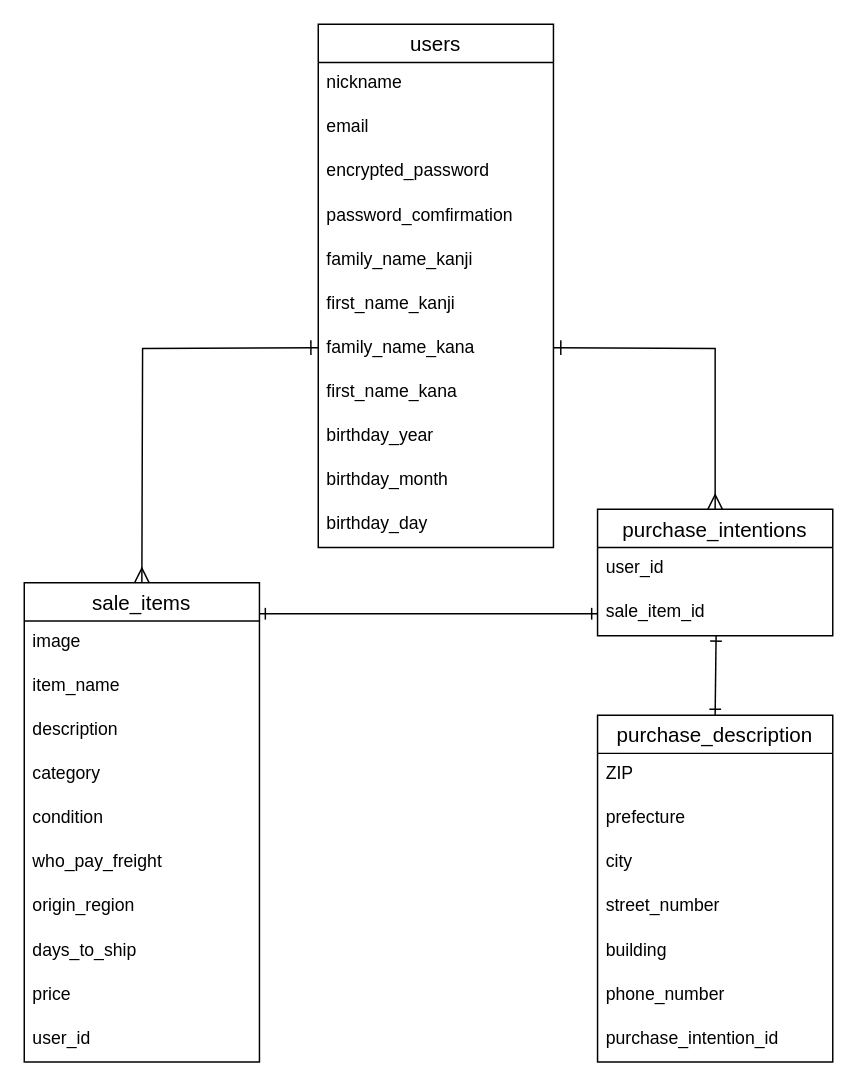
Earlier version of the draw.io diagram furimaER.dio (AkasakA8527/furima-40146). Source tidied: cells renumbered, new cells numbered last; positions are measured from the earlier drawing's top-left corner, leaving out a move shared by most shapes. Both pictures are drawn from the tidied source at 147%, with x=0, y=0 at pixel (24, 24).
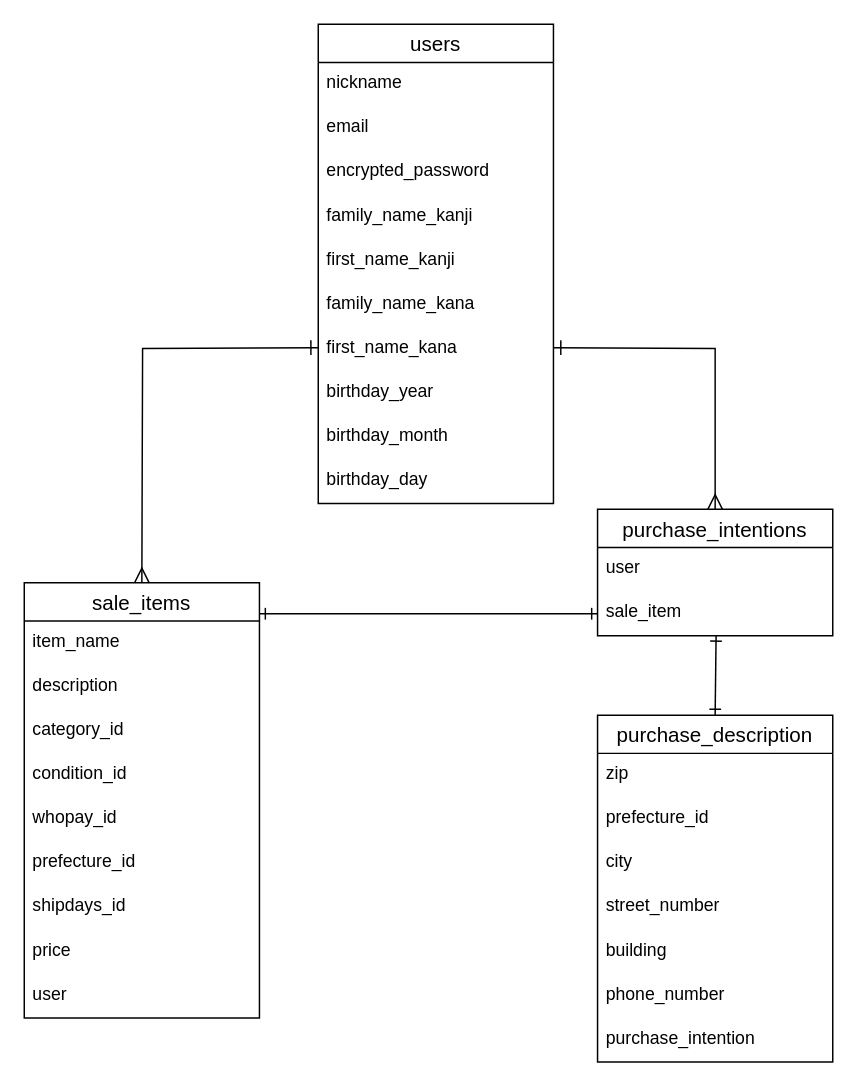
Above is the later version.

The change refers to these unchanged cells:
```xml
<mxCell id="25" value="purchase_description" style="swimlane;fontStyle=0;horizontal=1;startSize=26;align=center;fontSize=14;" parent="1" vertex="1">
  <mxGeometry x="390" y="470" width="160" height="236" as="geometry" />
</mxCell>
<mxCell id="33" value="purchase_intentions" style="swimlane;fontStyle=0;horizontal=1;startSize=26;align=center;fontSize=14;" parent="1" vertex="1">
  <mxGeometry x="390" y="330" width="160" height="86" as="geometry" />
</mxCell>
```

Diff of the diagram source:
```diff
@@
     <mxCell id="2" value="users" style="swimlane;fontStyle=0;horizontal=1;startSize=26;align=center;fontSize=14;" parent="1" vertex="1">
-      <mxGeometry x="200" width="160" height="356" as="geometry" />
+      <mxGeometry x="200" width="160" height="326" as="geometry" />
     </mxCell>
@@
-    <mxCell id="6" value="password_comfirmation" style="text;strokeColor=none;fillColor=none;spacingLeft=4;spacingRight=4;overflow=hidden;fontSize=12;" parent="2" vertex="1">
-      <mxGeometry y="116" width="160" height="30" as="geometry" />
-    </mxCell>
     <mxCell id="7" value="family_name_kanji" style="text;strokeColor=none;fillColor=none;spacingLeft=4;spacingRight=4;overflow=hidden;fontSize=12;" parent="2" vertex="1">
-      <mxGeometry y="146" width="160" height="30" as="geometry" />
+      <mxGeometry y="116" width="160" height="30" as="geometry" />
     </mxCell>
     <mxCell id="8" value="first_name_kanji" style="text;strokeColor=none;fillColor=none;spacingLeft=4;spacingRight=4;overflow=hidden;fontSize=12;" parent="2" vertex="1">
-      <mxGeometry y="176" width="160" height="30" as="geometry" />
+      <mxGeometry y="146" width="160" height="30" as="geometry" />
     </mxCell>
     <mxCell id="9" value="family_name_kana" style="text;strokeColor=none;fillColor=none;spacingLeft=4;spacingRight=4;overflow=hidden;fontSize=12;" parent="2" vertex="1">
-      <mxGeometry y="206" width="160" height="30" as="geometry" />
+      <mxGeometry y="176" width="160" height="30" as="geometry" />
     </mxCell>
     <mxCell id="10" value="first_name_kana" style="text;strokeColor=none;fillColor=none;spacingLeft=4;spacingRight=4;overflow=hidden;fontSize=12;" parent="2" vertex="1">
-      <mxGeometry y="236" width="160" height="30" as="geometry" />
+      <mxGeometry y="206" width="160" height="30" as="geometry" />
     </mxCell>
     <mxCell id="11" value="birthday_year" style="text;strokeColor=none;fillColor=none;spacingLeft=4;spacingRight=4;overflow=hidden;fontSize=12;" parent="2" vertex="1">
-      <mxGeometry y="266" width="160" height="30" as="geometry" />
+      <mxGeometry y="236" width="160" height="30" as="geometry" />
     </mxCell>
     <mxCell id="12" value="birthday_month" style="text;strokeColor=none;fillColor=none;spacingLeft=4;spacingRight=4;overflow=hidden;fontSize=12;" parent="2" vertex="1">
-      <mxGeometry y="296" width="160" height="30" as="geometry" />
+      <mxGeometry y="266" width="160" height="30" as="geometry" />
     </mxCell>
     <mxCell id="13" value="birthday_day" style="text;strokeColor=none;fillColor=none;spacingLeft=4;spacingRight=4;overflow=hidden;fontSize=12;" parent="2" vertex="1">
-      <mxGeometry y="326" width="160" height="30" as="geometry" />
+      <mxGeometry y="296" width="160" height="30" as="geometry" />
     </mxCell>
     <mxCell id="14" value="sale_items" style="swimlane;fontStyle=0;horizontal=1;startSize=26;align=center;fontSize=14;" parent="1" vertex="1">
-      <mxGeometry y="380" width="160" height="326" as="geometry" />
+      <mxGeometry y="380" width="160" height="296" as="geometry" />
     </mxCell>
-    <mxCell id="15" value="image" style="text;strokeColor=none;fillColor=none;spacingLeft=4;spacingRight=4;overflow=hidden;fontSize=12;" parent="14" vertex="1">
-      <mxGeometry y="26" width="160" height="30" as="geometry" />
-    </mxCell>
     <mxCell id="16" value="item_name" style="text;strokeColor=none;fillColor=none;spacingLeft=4;spacingRight=4;overflow=hidden;fontSize=12;" parent="14" vertex="1">
-      <mxGeometry y="56" width="160" height="30" as="geometry" />
+      <mxGeometry y="26" width="160" height="30" as="geometry" />
     </mxCell>
     <mxCell id="17" value="description" style="text;strokeColor=none;fillColor=none;spacingLeft=4;spacingRight=4;overflow=hidden;fontSize=12;" parent="14" vertex="1">
-      <mxGeometry y="86" width="160" height="30" as="geometry" />
+      <mxGeometry y="56" width="160" height="30" as="geometry" />
     </mxCell>
-    <mxCell id="18" value="category" style="text;strokeColor=none;fillColor=none;spacingLeft=4;spacingRight=4;overflow=hidden;fontSize=12;" parent="14" vertex="1">
-      <mxGeometry y="116" width="160" height="30" as="geometry" />
+    <mxCell id="18" value="category_id" style="text;strokeColor=none;fillColor=none;spacingLeft=4;spacingRight=4;overflow=hidden;fontSize=12;" parent="14" vertex="1">
+      <mxGeometry y="86" width="160" height="30" as="geometry" />
     </mxCell>
-    <mxCell id="19" value="condition" style="text;strokeColor=none;fillColor=none;spacingLeft=4;spacingRight=4;overflow=hidden;fontSize=12;" parent="14" vertex="1">
-      <mxGeometry y="146" width="160" height="30" as="geometry" />
+    <mxCell id="19" value="condition_id" style="text;strokeColor=none;fillColor=none;spacingLeft=4;spacingRight=4;overflow=hidden;fontSize=12;" parent="14" vertex="1">
+      <mxGeometry y="116" width="160" height="30" as="geometry" />
     </mxCell>
-    <mxCell id="20" value="who_pay_freight" style="text;strokeColor=none;fillColor=none;spacingLeft=4;spacingRight=4;overflow=hidden;fontSize=12;" parent="14" vertex="1">
-      <mxGeometry y="176" width="160" height="30" as="geometry" />
+    <mxCell id="20" value="whopay_id" style="text;strokeColor=none;fillColor=none;spacingLeft=4;spacingRight=4;overflow=hidden;fontSize=12;" parent="14" vertex="1">
+      <mxGeometry y="146" width="160" height="30" as="geometry" />
     </mxCell>
-    <mxCell id="21" value="origin_region" style="text;strokeColor=none;fillColor=none;spacingLeft=4;spacingRight=4;overflow=hidden;fontSize=12;" parent="14" vertex="1">
-      <mxGeometry y="206" width="160" height="30" as="geometry" />
+    <mxCell id="21" value="prefecture_id" style="text;strokeColor=none;fillColor=none;spacingLeft=4;spacingRight=4;overflow=hidden;fontSize=12;" parent="14" vertex="1">
+      <mxGeometry y="176" width="160" height="30" as="geometry" />
     </mxCell>
-    <mxCell id="22" value="days_to_ship" style="text;strokeColor=none;fillColor=none;spacingLeft=4;spacingRight=4;overflow=hidden;fontSize=12;" parent="14" vertex="1">
-      <mxGeometry y="236" width="160" height="30" as="geometry" />
+    <mxCell id="22" value="shipdays_id" style="text;strokeColor=none;fillColor=none;spacingLeft=4;spacingRight=4;overflow=hidden;fontSize=12;" parent="14" vertex="1">
+      <mxGeometry y="206" width="160" height="30" as="geometry" />
     </mxCell>
     <mxCell id="23" value="price" style="text;strokeColor=none;fillColor=none;spacingLeft=4;spacingRight=4;overflow=hidden;fontSize=12;" parent="14" vertex="1">
-      <mxGeometry y="266" width="160" height="30" as="geometry" />
+      <mxGeometry y="236" width="160" height="30" as="geometry" />
     </mxCell>
-    <mxCell id="24" value="user_id" style="text;strokeColor=none;fillColor=none;spacingLeft=4;spacingRight=4;overflow=hidden;fontSize=12;" parent="14" vertex="1">
-      <mxGeometry y="296" width="160" height="30" as="geometry" />
+    <mxCell id="24" value="user" style="text;strokeColor=none;fillColor=none;spacingLeft=4;spacingRight=4;overflow=hidden;fontSize=12;" parent="14" vertex="1">
+      <mxGeometry y="266" width="160" height="30" as="geometry" />
     </mxCell>
@@
-    <mxCell id="26" value="ZIP" style="text;strokeColor=none;fillColor=none;spacingLeft=4;spacingRight=4;overflow=hidden;fontSize=12;" parent="25" vertex="1">
+    <mxCell id="26" value="zip" style="text;strokeColor=none;fillColor=none;spacingLeft=4;spacingRight=4;overflow=hidden;fontSize=12;" parent="25" vertex="1">
       <mxGeometry y="26" width="160" height="30" as="geometry" />
     </mxCell>
-    <mxCell id="27" value="prefecture" style="text;strokeColor=none;fillColor=none;spacingLeft=4;spacingRight=4;overflow=hidden;fontSize=12;" parent="25" vertex="1">
+    <mxCell id="27" value="prefecture_id" style="text;strokeColor=none;fillColor=none;spacingLeft=4;spacingRight=4;overflow=hidden;fontSize=12;" parent="25" vertex="1">
       <mxGeometry y="56" width="160" height="30" as="geometry" />
     </mxCell>
@@
-    <mxCell id="32" value="purchase_intention_id" style="text;strokeColor=none;fillColor=none;spacingLeft=4;spacingRight=4;overflow=hidden;fontSize=12;" parent="25" vertex="1">
+    <mxCell id="32" value="purchase_intention" style="text;strokeColor=none;fillColor=none;spacingLeft=4;spacingRight=4;overflow=hidden;fontSize=12;" parent="25" vertex="1">
       <mxGeometry y="206" width="160" height="30" as="geometry" />
     </mxCell>
@@
-    <mxCell id="34" value="user_id" style="text;strokeColor=none;fillColor=none;spacingLeft=4;spacingRight=4;overflow=hidden;fontSize=12;" parent="33" vertex="1">
+    <mxCell id="34" value="user" style="text;strokeColor=none;fillColor=none;spacingLeft=4;spacingRight=4;overflow=hidden;fontSize=12;" parent="33" vertex="1">
       <mxGeometry y="26" width="160" height="30" as="geometry" />
     </mxCell>
-    <mxCell id="35" value="sale_item_id" style="text;strokeColor=none;fillColor=none;spacingLeft=4;spacingRight=4;overflow=hidden;points=[[0,0.5],[1,0.5]];portConstraint=eastwest;fontSize=12;" parent="33" vertex="1">
+    <mxCell id="35" value="sale_item" style="text;strokeColor=none;fillColor=none;spacingLeft=4;spacingRight=4;overflow=hidden;points=[[0,0.5],[1,0.5]];portConstraint=eastwest;fontSize=12;" parent="33" vertex="1">
       <mxGeometry y="56" width="160" height="30" as="geometry" />
     </mxCell>
```
